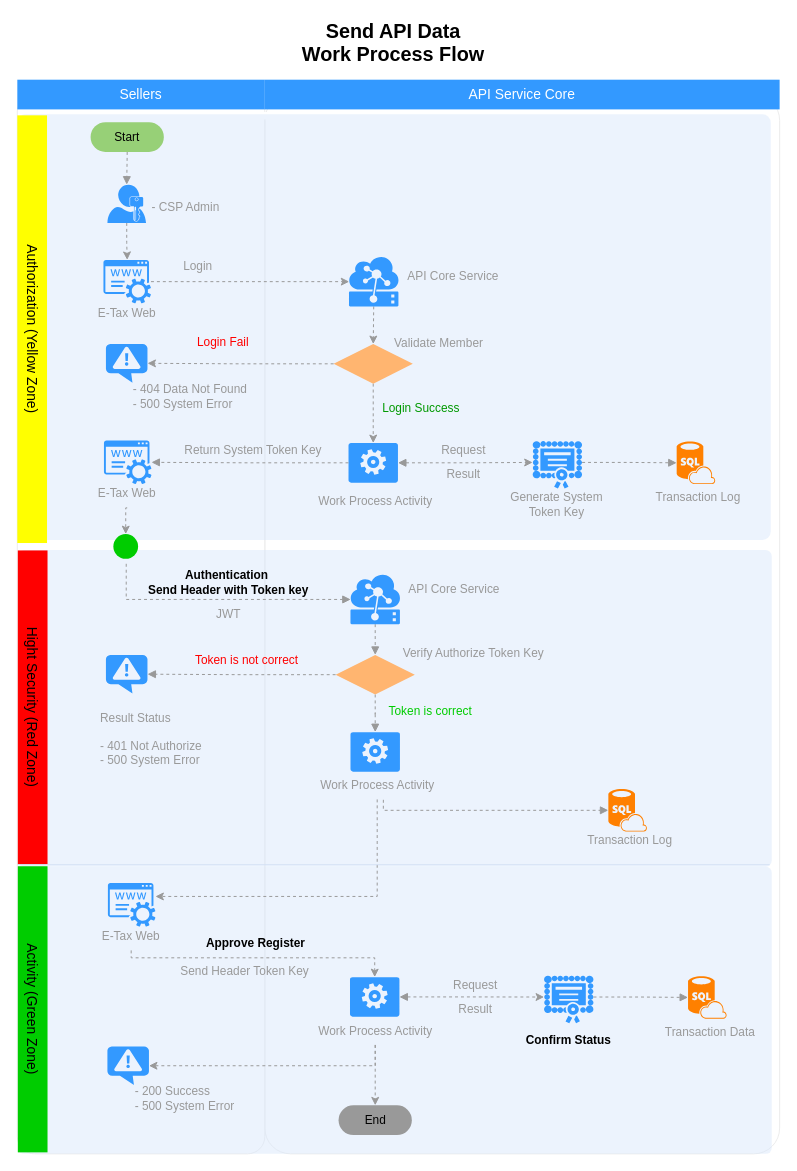
This is API Send Workflow.drawio from nirawat/eTax, a draw.io file, before an edit. Source tidied: cells renumbered, new cells numbered last; positions are measured from the earlier drawing's top-left corner, leaving out a move shared by most shapes. Both pictures are drawn from the tidied source at 99%, with x=0, y=0 at pixel (-182, 17).
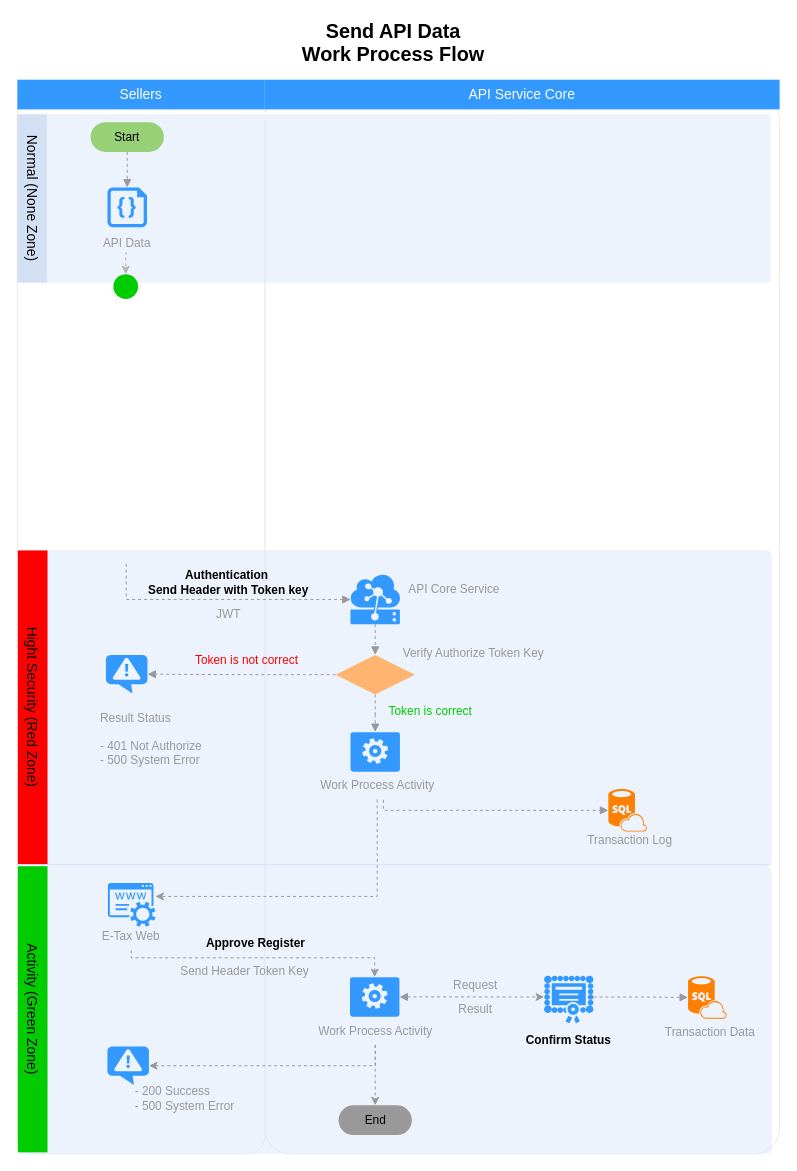
After the change.

The change refers to these unchanged cells:
```xml
<mxCell id="57" value="Start" style="rounded=1;whiteSpace=wrap;html=1;fontColor=#000000;align=center;arcSize=50;labelBackgroundColor=none;fillColor=#97D077;strokeColor=none;" parent="1" vertex="1">
  <mxGeometry x="275" y="106" width="74" height="30" as="geometry" />
</mxCell>
```

What changed in the source:
```diff
@@
     <mxCell id="7" style="rounded=1;whiteSpace=wrap;html=1;strokeColor=none;strokeWidth=1;fillColor=#dae8fc;fontSize=12;align=center;arcSize=2;opacity=50;" parent="1" vertex="1">
-      <mxGeometry x="201" y="98" width="761" height="430" as="geometry" />
+      <mxGeometry x="201" y="98" width="761" height="170" as="geometry" />
     </mxCell>
@@
-    <mxCell id="13" style="edgeStyle=orthogonalEdgeStyle;rounded=0;jettySize=auto;html=1;fontSize=14;strokeColor=#999999;dashed=1;entryX=0.005;entryY=0.5;entryDx=0;entryDy=0;entryPerimeter=0;" parent="1" edge="1" source="61" target="21">
-      <mxGeometry relative="1" as="geometry" />
-    </mxCell>
-    <mxCell id="14" value="Login" style="text;html=1;strokeColor=none;fillColor=none;align=left;verticalAlign=middle;whiteSpace=wrap;rounded=0;fontSize=12;fontColor=#999999;" parent="1" vertex="1">
-      <mxGeometry x="366.5" y="242" width="59" height="20" as="geometry" />
-    </mxCell>
-    <mxCell id="15" style="edgeStyle=orthogonalEdgeStyle;rounded=0;jettySize=auto;html=1;exitX=0.5;exitY=1;exitDx=0;exitDy=0;dashed=1;strokeColor=#999999;exitPerimeter=0;" parent="1" edge="1" source="25" target="61">
-      <mxGeometry relative="1" as="geometry" />
-    </mxCell>
-    <mxCell id="16" style="group;" parent="1" vertex="1">
-      <mxGeometry x="836" y="418.5" width="108" height="79" as="geometry" />
-    </mxCell>
-    <mxCell id="17" style="group;" parent="16" vertex="1">
-      <mxGeometry width="108" height="79" as="geometry" />
-    </mxCell>
-    <mxCell id="18" value="Transaction Log" style="text;html=1;strokeColor=none;fillColor=none;align=center;verticalAlign=middle;whiteSpace=wrap;rounded=0;fontSize=12;fontColor=#999999;" parent="17" vertex="1">
-      <mxGeometry x="-1" y="52" width="108" height="29" as="geometry" />
-    </mxCell>
-    <mxCell id="19" style="verticalLabelPosition=bottom;html=1;verticalAlign=top;align=center;strokeColor=none;fillColor=#FF8000;shape=mxgraph.azure.sql_database_sql_azure;fontSize=12;fontColor=#999999;" parent="17" vertex="1">
-      <mxGeometry x="31" y="10" width="39" height="43" as="geometry" />
-    </mxCell>
-    <mxCell id="20" style="edgeStyle=orthogonalEdgeStyle;rounded=0;jettySize=auto;html=1;exitX=0.5;exitY=1;exitDx=0;exitDy=0;exitPerimeter=0;entryX=0.5;entryY=0;entryDx=0;entryDy=0;dashed=1;strokeColor=#999999;" parent="1" edge="1" source="21" target="65">
-      <mxGeometry relative="1" as="geometry" />
-    </mxCell>
-    <mxCell id="21" style="shadow=0;dashed=0;html=1;strokeColor=none;labelPosition=center;verticalLabelPosition=bottom;verticalAlign=top;align=center;shape=mxgraph.mscae.cloud.iot_edge;fillColor=#3399FF;fontSize=12;fontColor=#999999;" parent="1" vertex="1">
-      <mxGeometry x="536" y="242" width="50" height="50" as="geometry" />
-    </mxCell>
-    <mxCell id="22" value="API Core Service" style="text;html=1;strokeColor=none;fillColor=none;align=center;verticalAlign=middle;whiteSpace=wrap;rounded=0;fontSize=12;fontColor=#999999;" parent="1" vertex="1">
-      <mxGeometry x="591" y="247.5" width="101" height="29" as="geometry" />
-    </mxCell>
-    <mxCell id="23" style="group;" parent="1" vertex="1">
-      <mxGeometry x="292" y="169" width="162.5" height="50" as="geometry" />
-    </mxCell>
-    <mxCell id="24" value="&lt;font color=&quot;#999999&quot; style=&quot;font-size: 12px&quot;&gt;- CSP Admin&lt;br&gt;&lt;br&gt;&lt;/font&gt;" style="text;html=1;strokeColor=none;fillColor=none;align=left;verticalAlign=middle;whiteSpace=wrap;rounded=0;fontSize=12;" parent="23" vertex="1">
-      <mxGeometry x="42.5" y="10" width="120" height="40" as="geometry" />
-    </mxCell>
-    <mxCell id="25" style="shadow=0;dashed=0;html=1;strokeColor=none;labelPosition=center;verticalLabelPosition=bottom;verticalAlign=top;align=center;shape=mxgraph.mscae.enterprise.user_permissions;fillColor=#3399FF;fontSize=14;" parent="23" vertex="1">
-      <mxGeometry width="39" height="38.7" as="geometry" />
-    </mxCell>
-    <mxCell id="26" style="group;" parent="1" vertex="1">
-      <mxGeometry x="482.5" y="431" width="160" height="72" as="geometry" />
-    </mxCell>
-    <mxCell id="27" style="verticalLabelPosition=bottom;html=1;verticalAlign=top;align=center;strokeColor=none;fillColor=#3399FF;shape=mxgraph.azure.worker_role;fontSize=12;fontColor=#999999;" parent="26" vertex="1">
-      <mxGeometry x="53" y="-1" width="50" height="40" as="geometry" />
-    </mxCell>
-    <mxCell id="28" value="Work Process Activity&lt;br&gt;" style="text;html=1;strokeColor=none;fillColor=none;align=center;verticalAlign=middle;whiteSpace=wrap;rounded=0;fontSize=12;fontColor=#999999;" parent="26" vertex="1">
-      <mxGeometry y="43" width="160" height="29" as="geometry" />
-    </mxCell>
-    <mxCell id="29" style="group;" parent="1" vertex="1">
-      <mxGeometry x="688.5" y="422.5" width="114" height="81" as="geometry" />
-    </mxCell>
-    <mxCell id="30" style="group;" parent="29" vertex="1">
-      <mxGeometry width="114" height="81" as="geometry" />
-    </mxCell>
-    <mxCell id="31" value="Generate System Token Key&lt;br&gt;" style="text;html=1;strokeColor=none;fillColor=none;align=center;verticalAlign=middle;whiteSpace=wrap;rounded=0;fontSize=12;fontColor=#999999;" parent="30" vertex="1">
-      <mxGeometry y="54" width="114" height="30" as="geometry" />
-    </mxCell>
-    <mxCell id="32" style="shadow=0;dashed=0;html=1;strokeColor=none;labelPosition=center;verticalLabelPosition=bottom;verticalAlign=top;align=center;shape=mxgraph.mscae.intune.inventory_license;fillColor=#3399FF;fontSize=14;" parent="29" vertex="1">
-      <mxGeometry x="33" y="5.5" width="50" height="48" as="geometry" />
-    </mxCell>
-    <mxCell id="33" style="edgeStyle=orthogonalEdgeStyle;rounded=0;jettySize=auto;html=1;exitX=1;exitY=0.5;exitDx=0;exitDy=0;exitPerimeter=0;entryX=0;entryY=0.45;entryDx=0;entryDy=0;entryPerimeter=0;dashed=1;strokeColor=#999999;startArrow=block;startFill=1;" parent="1" edge="1" source="27" target="32">
-      <mxGeometry relative="1" as="geometry" />
-    </mxCell>
-    <mxCell id="34" value="Request" style="text;html=1;strokeColor=none;fillColor=none;align=center;verticalAlign=middle;whiteSpace=wrap;rounded=0;fontSize=12;fontColor=#999999;" parent="1" vertex="1">
-      <mxGeometry x="622" y="428" width="60" height="20" as="geometry" />
-    </mxCell>
-    <mxCell id="35" value="Result" style="text;html=1;strokeColor=none;fillColor=none;align=center;verticalAlign=middle;whiteSpace=wrap;rounded=0;fontSize=12;fontColor=#999999;" parent="1" vertex="1">
-      <mxGeometry x="622" y="452" width="60" height="20" as="geometry" />
-    </mxCell>
-    <mxCell id="36" style="edgeStyle=orthogonalEdgeStyle;rounded=0;jettySize=auto;html=1;exitX=0;exitY=0.5;exitDx=0;exitDy=0;exitPerimeter=0;dashed=1;startArrow=none;startFill=0;strokeColor=#999999;endArrow=block;endFill=1;" parent="1" edge="1" source="27" target="38">
-      <mxGeometry relative="1" as="geometry" />
-    </mxCell>
-    <mxCell id="37" style="group;" parent="1" vertex="1">
-      <mxGeometry x="257" y="428.5" width="110" height="74" as="geometry" />
-    </mxCell>
-    <mxCell id="38" style="shadow=0;dashed=0;html=1;strokeColor=none;fillColor=#3399FF;labelPosition=center;verticalLabelPosition=bottom;verticalAlign=top;outlineConnect=0;align=center;shape=mxgraph.office.services.registrar_service;" parent="37" vertex="1">
-      <mxGeometry x="31.5" y="-1" width="48" height="44" as="geometry" />
-    </mxCell>
-    <mxCell id="39" value="E-Tax Web" style="text;html=1;strokeColor=none;fillColor=none;align=center;verticalAlign=middle;whiteSpace=wrap;rounded=0;fontSize=12;fontColor=#999999;" parent="37" vertex="1">
-      <mxGeometry y="37" width="110" height="30" as="geometry" />
-    </mxCell>
-    <mxCell id="40" value="Return System Token Key&lt;br&gt;" style="text;html=1;strokeColor=none;fillColor=none;align=center;verticalAlign=middle;whiteSpace=wrap;rounded=0;fontSize=12;fontColor=#999999;" parent="1" vertex="1">
-      <mxGeometry x="349" y="425.5" width="181" height="24" as="geometry" />
-    </mxCell>
@@
-    <mxCell id="42" style="edgeStyle=orthogonalEdgeStyle;rounded=0;jettySize=auto;html=1;exitX=1;exitY=0.45;exitDx=0;exitDy=0;exitPerimeter=0;entryX=0;entryY=0.5;entryDx=0;entryDy=0;entryPerimeter=0;dashed=1;startArrow=none;startFill=0;endArrow=block;endFill=1;strokeColor=#999999;" parent="1" edge="1" source="32" target="19">
-      <mxGeometry relative="1" as="geometry" />
-    </mxCell>
@@
-    <mxCell id="56" style="edgeStyle=orthogonalEdgeStyle;rounded=0;jettySize=auto;html=1;exitX=0.5;exitY=1;exitDx=0;exitDy=0;entryX=0.5;entryY=0;entryDx=0;entryDy=0;entryPerimeter=0;dashed=1;startArrow=none;startFill=0;endArrow=block;endFill=1;strokeColor=#999999;fontColor=#000000;" parent="1" edge="1" source="57" target="25">
+    <mxCell id="56" style="edgeStyle=orthogonalEdgeStyle;rounded=0;jettySize=auto;html=1;exitX=0.5;exitY=1;exitDx=0;exitDy=0;entryX=0.5;entryY=0;entryDx=0;entryDy=0;entryPerimeter=0;dashed=1;startArrow=none;startFill=0;endArrow=block;endFill=1;strokeColor=#999999;fontColor=#000000;" parent="1" edge="1" source="57" target="106">
       <mxGeometry relative="1" as="geometry" />
     </mxCell>
@@
-    <mxCell id="58" value="Login Success&lt;br&gt;" style="text;html=1;strokeColor=none;fillColor=none;align=left;verticalAlign=middle;whiteSpace=wrap;rounded=0;fontSize=12;fontColor=#009900;" parent="1" vertex="1">
-      <mxGeometry x="568" y="378" width="102" height="34" as="geometry" />
-    </mxCell>
@@
-    <mxCell id="60" style="group;" parent="1" vertex="1">
-      <mxGeometry x="256.5" y="245" width="110" height="69" as="geometry" />
-    </mxCell>
-    <mxCell id="61" style="shadow=0;dashed=0;html=1;strokeColor=none;fillColor=#3399FF;labelPosition=center;verticalLabelPosition=bottom;verticalAlign=top;outlineConnect=0;align=center;shape=mxgraph.office.services.registrar_service;" parent="60" vertex="1">
-      <mxGeometry x="31.5" width="48" height="44" as="geometry" />
-    </mxCell>
-    <mxCell id="62" value="E-Tax Web" style="text;html=1;strokeColor=none;fillColor=none;align=center;verticalAlign=middle;whiteSpace=wrap;rounded=0;fontSize=12;fontColor=#999999;" parent="60" vertex="1">
-      <mxGeometry y="39" width="110" height="30" as="geometry" />
-    </mxCell>
-    <mxCell id="63" style="edgeStyle=orthogonalEdgeStyle;rounded=0;jettySize=auto;html=1;exitX=0.5;exitY=1;exitDx=0;exitDy=0;entryX=0.5;entryY=0;entryDx=0;entryDy=0;entryPerimeter=0;dashed=1;strokeColor=#999999;fontColor=#00CC00;" parent="1" edge="1" source="65" target="27">
-      <mxGeometry relative="1" as="geometry" />
-    </mxCell>
-    <mxCell id="64" style="edgeStyle=orthogonalEdgeStyle;rounded=0;jettySize=auto;html=1;exitX=0;exitY=0.5;exitDx=0;exitDy=0;entryX=1;entryY=0.5;entryDx=0;entryDy=0;entryPerimeter=0;dashed=1;strokeColor=#999999;fontColor=#00CC00;" parent="1" edge="1" source="65" target="66">
-      <mxGeometry relative="1" as="geometry" />
-    </mxCell>
-    <mxCell id="65" style="rhombus;whiteSpace=wrap;html=1;strokeColor=none;strokeWidth=1;fillColor=#FFB570;fontSize=12;fontColor=#999999;align=left;" parent="1" vertex="1">
-      <mxGeometry x="520.5" y="330" width="80" height="40" as="geometry" />
-    </mxCell>
-    <mxCell id="66" style="verticalLabelPosition=bottom;html=1;verticalAlign=top;align=center;strokeColor=none;fillColor=#3399FF;shape=mxgraph.azure.notification_topic;fontSize=12;fontColor=#999999;" parent="1" vertex="1">
-      <mxGeometry x="290.5" y="330" width="42" height="39" as="geometry" />
-    </mxCell>
-    <mxCell id="67" value="- 404 Data Not Found&lt;br&gt;- 500 System Error&lt;br&gt;" style="text;html=1;strokeColor=none;fillColor=none;align=left;verticalAlign=middle;whiteSpace=wrap;rounded=0;fontSize=12;fontColor=#999999;" parent="1" vertex="1">
-      <mxGeometry x="316" y="365" width="143" height="35" as="geometry" />
-    </mxCell>
-    <mxCell id="68" value="Validate Member&lt;br&gt;" style="text;html=1;strokeColor=none;fillColor=none;align=left;verticalAlign=middle;whiteSpace=wrap;rounded=0;fontSize=12;fontColor=#999999;" parent="1" vertex="1">
-      <mxGeometry x="580" y="313" width="102" height="34" as="geometry" />
-    </mxCell>
     <mxCell id="69" style="ellipse;whiteSpace=wrap;html=1;fillColor=#00CC00;fontColor=#000000;align=center;strokeColor=none;" parent="1" vertex="1">
-      <mxGeometry x="298" y="522" width="25" height="25" as="geometry" />
+      <mxGeometry x="298" y="259.5" width="25" height="25" as="geometry" />
     </mxCell>
-    <mxCell id="70" style="edgeStyle=orthogonalEdgeStyle;rounded=0;jettySize=auto;html=1;exitX=0.5;exitY=1;exitDx=0;exitDy=0;entryX=0.5;entryY=0;entryDx=0;entryDy=0;dashed=1;strokeColor=#999999;fontColor=#000000;" parent="1" edge="1" source="39" target="69">
-      <mxGeometry relative="1" as="geometry" />
-    </mxCell>
@@
-    <mxCell id="74" value="Authorization (Yellow Zone)" style="whiteSpace=wrap;html=1;dashed=1;strokeColor=none;strokeWidth=2;fillColor=#FFFF00;fontFamily=Helvetica;fontSize=14;fontColor=#000000;fontStyle=0;rotation=90;" parent="1" vertex="1">
-      <mxGeometry y="300" width="432" height="30" as="geometry" />
+    <mxCell id="74" value="Normal (None Zone)" style="whiteSpace=wrap;html=1;dashed=1;strokeColor=none;strokeWidth=2;fillColor=#D4E1F5;fontFamily=Helvetica;fontSize=14;fontColor=#000000;fontStyle=0;rotation=90;" parent="1" vertex="1">
+      <mxGeometry x="131" y="168" width="170" height="30" as="geometry" />
     </mxCell>
-    <mxCell id="75" value="Login Fail&lt;br&gt;" style="text;html=1;strokeColor=none;fillColor=none;align=left;verticalAlign=middle;whiteSpace=wrap;rounded=0;fontSize=12;fontColor=#FF0000;" parent="1" vertex="1">
-      <mxGeometry x="380.5" y="311" width="102" height="34" as="geometry" />
-    </mxCell>
@@
+    <mxCell id="104" style="group;" parent="1" vertex="1">
+      <mxGeometry x="277" y="152" width="70" height="86" as="geometry" />
+    </mxCell>
+    <mxCell id="105" value="API Data" style="text;html=1;strokeColor=none;fillColor=none;align=center;verticalAlign=middle;whiteSpace=wrap;rounded=0;fontSize=12;fontColor=#999999;rotation=0;" parent="104" vertex="1">
+      <mxGeometry y="66" width="70" height="20" as="geometry" />
+    </mxCell>
+    <mxCell id="106" style="verticalLabelPosition=bottom;html=1;verticalAlign=top;align=center;strokeColor=none;fillColor=#3399FF;shape=mxgraph.azure.code_file;fontSize=12;fontColor=#999999;" parent="104" vertex="1">
+      <mxGeometry x="15" y="20" width="40" height="40" as="geometry" />
+    </mxCell>
+    <mxCell id="107" style="edgeStyle=orthogonalEdgeStyle;rounded=0;jettySize=auto;html=1;exitX=0.5;exitY=1;exitDx=0;exitDy=0;entryX=0.5;entryY=0;entryDx=0;entryDy=0;dashed=1;strokeColor=#B3B3B3;" parent="1" edge="1" source="105" target="69">
+      <mxGeometry relative="1" as="geometry" />
+    </mxCell>
```
